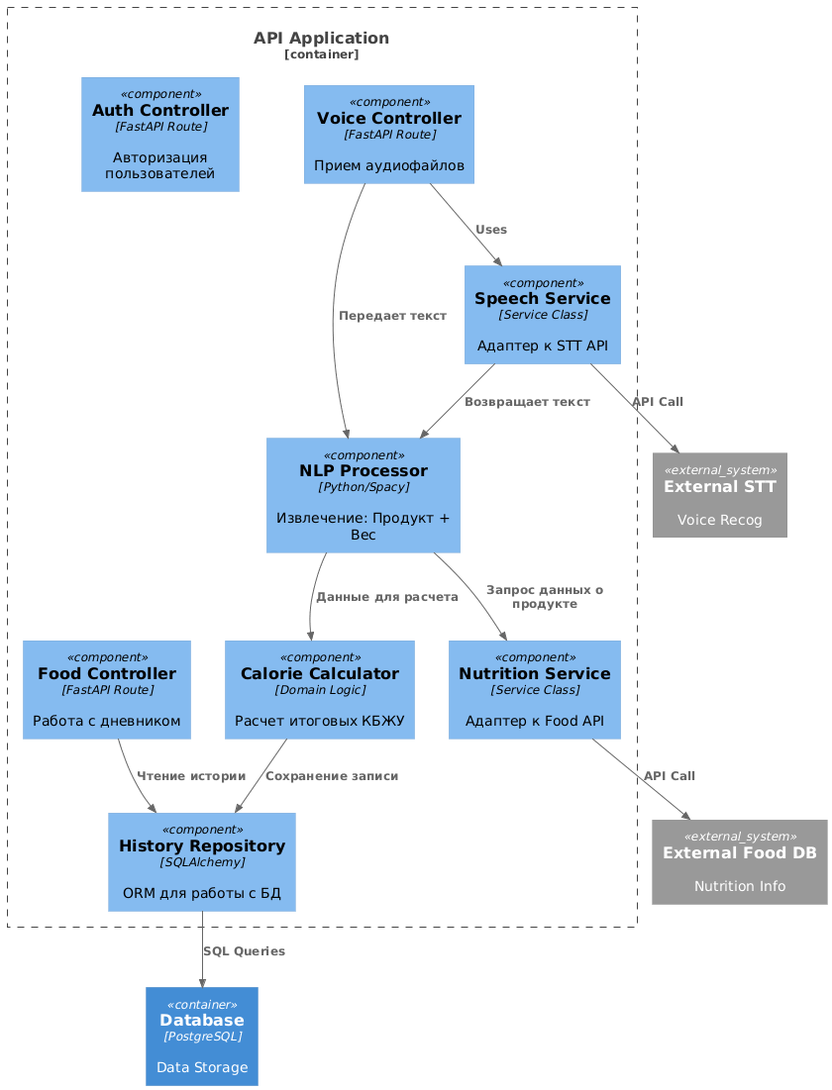
PoSayDone/system-design keeps this PlantUML diagram as Lab Work №2/images/diagram3.png. Above is the earlier version.
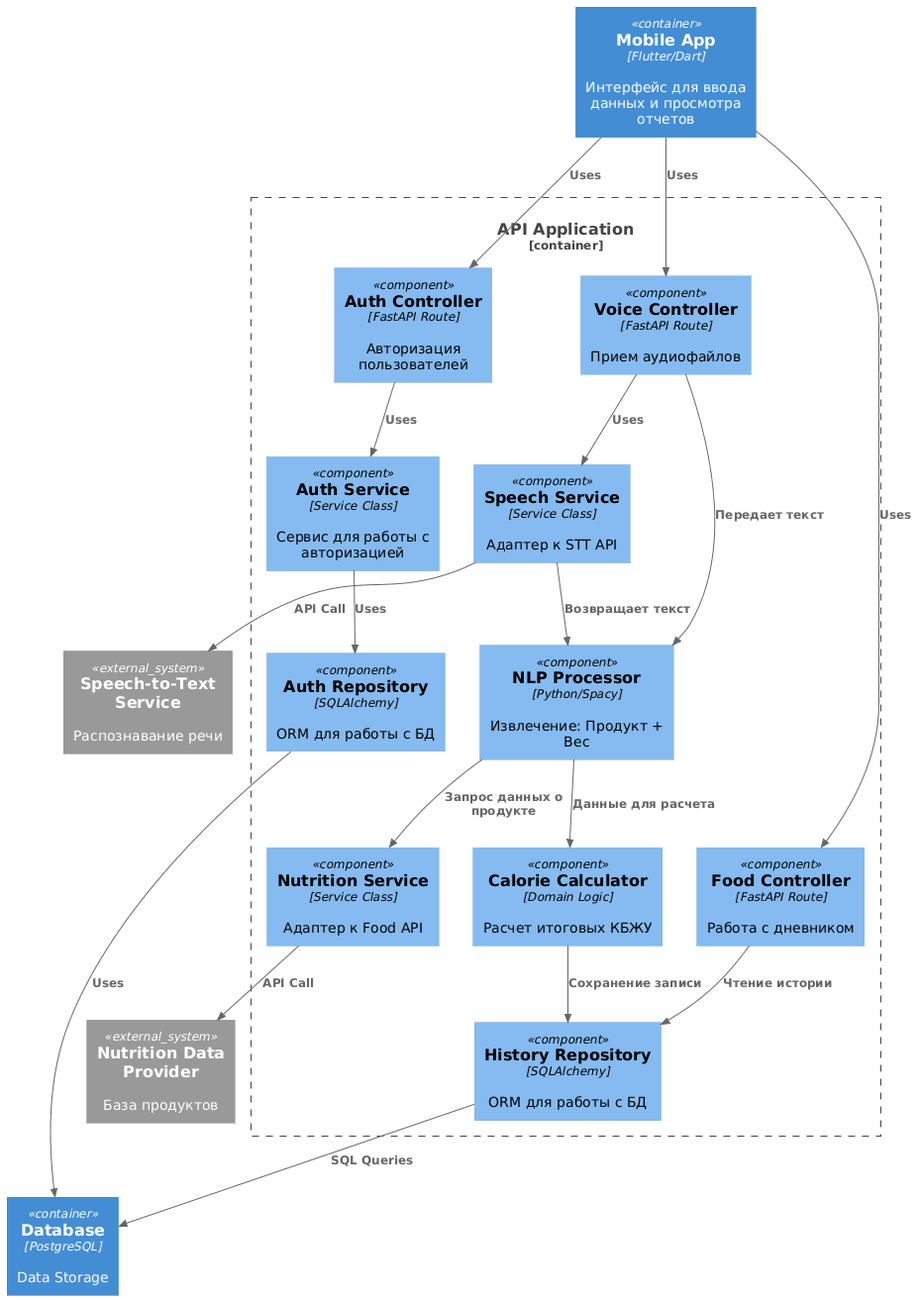
Later version of the same file.

The edit, as a diff of the source:
```diff
@@ -2,8 +2,9 @@
 !include https://raw.githubusercontent.com/plantuml-stdlib/C4-PlantUML/master/C4_Component.puml
 
 Container(db, "Database", "PostgreSQL", "Data Storage")
-System_Ext(stt, "External STT", "Voice Recog")
-System_Ext(food, "External Food DB", "Nutrition Info")
+System_Ext(stt, "Speech-to-Text Service", "Распознавание речи")
+System_Ext(food, "Nutrition Data Provider", "База продуктов")
+Container(mobile_app, "Mobile App", "Flutter/Dart", "Интерфейс для ввода данных и просмотра отчетов")
 
 Container_Boundary(api, "API Application") {
     Component(sign_in, "Auth Controller", "FastAPI Route", "Авторизация пользователей")
@@ -13,10 +14,19 @@
     Component(speech_srv, "Speech Service", "Service Class", "Адаптер к STT API")
     Component(nlp, "NLP Processor", "Python/Spacy", "Извлечение: Продукт + Вес")
     Component(nutr_srv, "Nutrition Service", "Service Class", "Адаптер к Food API")
+    Component(auth_srv, "Auth Service", "Service Class", "Сервис для работы с авторизацией")
     Component(calc, "Calorie Calculator", "Domain Logic", "Расчет итоговых КБЖУ")
 
     Component(repo, "History Repository", "SQLAlchemy", "ORM для работы с БД")
+    Component(auth_repo, "Auth Repository", "SQLAlchemy", "ORM для работы с БД")
 
+    Rel(sign_in, auth_srv, "Uses")
+    Rel(auth_srv, auth_repo, "Uses")
+    Rel(auth_repo, db, "Uses")
+
+    Rel(mobile_app, sign_in, "Uses")
+    Rel(mobile_app, voice_ctrl, "Uses")
+    Rel(mobile_app, food_ctrl, "Uses")
     Rel(voice_ctrl, speech_srv, "Uses")
     Rel(speech_srv, stt, "API Call")
     Rel(speech_srv, nlp, "Возвращает текст")
```
